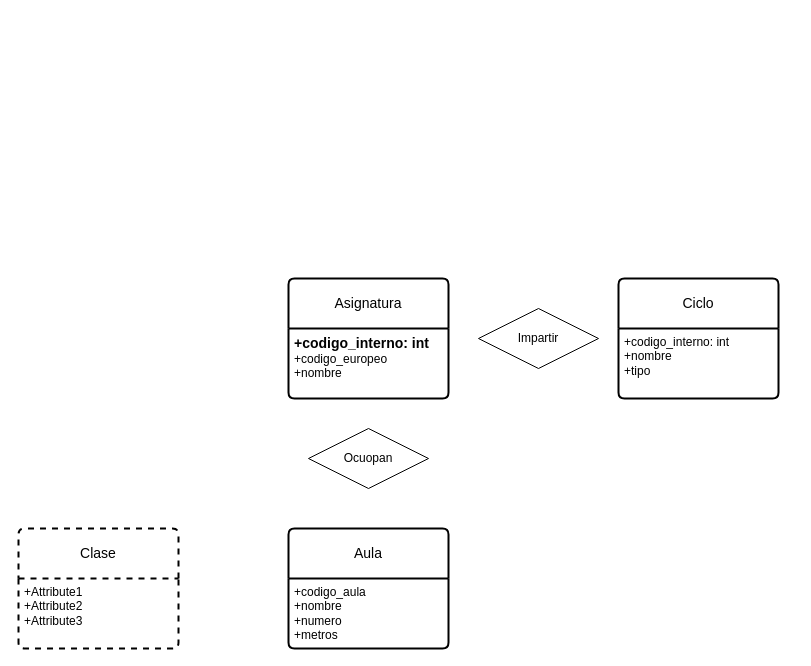
Before: ejercicio17.drawio in AsierGArranz/aga-sru-sa-t-UD12DiagramaER-11102023, a draw.io diagram. Source tidied: cells renumbered, new cells numbered last; positions are measured from the earlier drawing's top-left corner, leaving out a move shared by most shapes. Both pictures are drawn from the tidied source at 100%, with x=0, y=0 at pixel (18, 278).
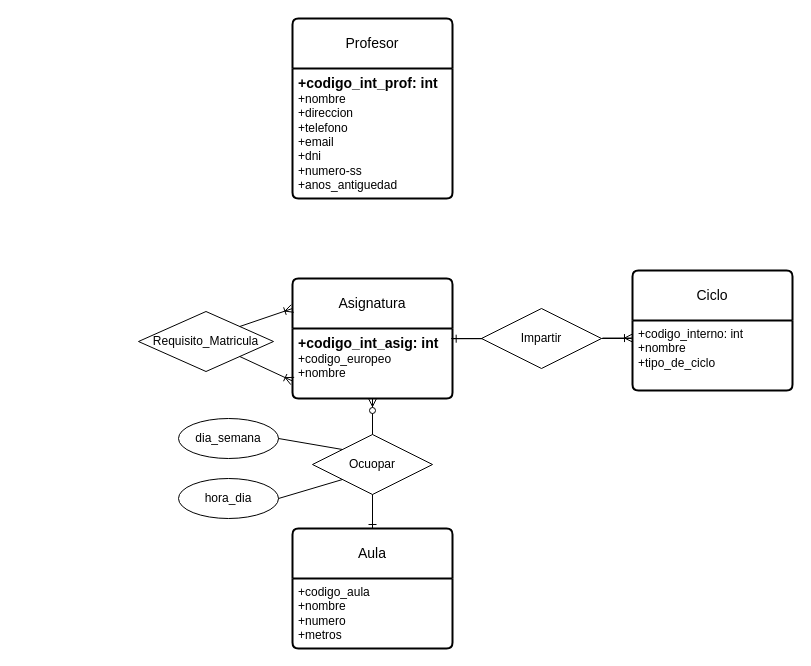
Above is the later version.

What changed in the source:
```diff
@@
     <mxCell id="2" value="Aula" style="swimlane;horizontal=1;startSize=50;rounded=1;fontSize=14;fontStyle=0;strokeWidth=2;shadow=0;dashed=0;align=center;arcSize=4;whiteSpace=wrap;html=1;" parent="1" vertex="1">
-      <mxGeometry x="270" y="250" width="160" height="120" as="geometry" />
+      <mxGeometry x="274" y="250" width="160" height="120" as="geometry" />
     </mxCell>
@@
     <mxCell id="4" value="Asignatura" style="swimlane;horizontal=1;startSize=50;rounded=1;fontSize=14;fontStyle=0;strokeWidth=2;shadow=0;dashed=0;align=center;arcSize=4;whiteSpace=wrap;html=1;" parent="1" vertex="1">
-      <mxGeometry x="270" width="160" height="120" as="geometry" />
+      <mxGeometry x="274" width="160" height="120" as="geometry" />
     </mxCell>
-    <mxCell id="5" value="&lt;font style=&quot;font-size: 14px;&quot;&gt;&lt;b&gt;+codigo_interno: int&lt;/b&gt;&lt;/font&gt;&lt;br&gt;+codigo_europeo&lt;br&gt;+nombre" style="align=left;strokeColor=none;fillColor=none;spacingLeft=4;fontSize=12;verticalAlign=top;html=1;" parent="4" vertex="1">
+    <mxCell id="5" value="&lt;font style=&quot;font-size: 14px;&quot;&gt;&lt;b&gt;+codigo_int_asig: int&lt;/b&gt;&lt;/font&gt;&lt;br&gt;+codigo_europeo&lt;br&gt;+nombre" style="align=left;strokeColor=none;fillColor=none;spacingLeft=4;fontSize=12;verticalAlign=top;html=1;" parent="4" vertex="1">
       <mxGeometry y="50" width="160" height="70" as="geometry" />
     </mxCell>
     <mxCell id="6" value="Impartir" style="shape=rhombus;perimeter=rhombusPerimeter;whiteSpace=wrap;html=1;align=center;" parent="1" vertex="1">
-      <mxGeometry x="460" y="30" width="120" height="60" as="geometry" />
+      <mxGeometry x="463" y="30" width="120" height="60" as="geometry" />
     </mxCell>
     <mxCell id="7" value="Ciclo" style="swimlane;horizontal=1;startSize=50;rounded=1;fontSize=14;fontStyle=0;strokeWidth=2;shadow=0;dashed=0;align=center;arcSize=4;whiteSpace=wrap;html=1;" parent="1" vertex="1">
-      <mxGeometry x="600" width="160" height="120" as="geometry" />
+      <mxGeometry x="614" y="-8" width="160" height="120" as="geometry" />
     </mxCell>
-    <mxCell id="8" value="+codigo_interno: int&lt;br&gt;+nombre&lt;br&gt;+tipo" style="align=left;strokeColor=none;fillColor=none;spacingLeft=4;fontSize=12;verticalAlign=top;html=1;" parent="7" vertex="1">
+    <mxCell id="8" value="+codigo_interno: int&lt;br&gt;+nombre&lt;br&gt;+tipo_de_ciclo" style="align=left;strokeColor=none;fillColor=none;spacingLeft=4;fontSize=12;verticalAlign=top;html=1;" parent="7" vertex="1">
       <mxGeometry y="50" width="160" height="70" as="geometry" />
     </mxCell>
-    <mxCell id="9" value="Ocuopan" style="shape=rhombus;perimeter=rhombusPerimeter;whiteSpace=wrap;html=1;align=center;" parent="1" vertex="1">
-      <mxGeometry x="290" y="150" width="120" height="60" as="geometry" />
+    <mxCell id="9" value="Ocuopar" style="shape=rhombus;perimeter=rhombusPerimeter;whiteSpace=wrap;html=1;align=center;" parent="1" vertex="1">
+      <mxGeometry x="294" y="156" width="120" height="60" as="geometry" />
     </mxCell>
-    <mxCell id="10" value="Clase" style="swimlane;horizontal=1;startSize=50;rounded=1;fontSize=14;fontStyle=0;strokeWidth=2;shadow=0;dashed=1;align=center;arcSize=4;whiteSpace=wrap;html=1;" parent="1" vertex="1">
-      <mxGeometry y="250" width="160" height="120" as="geometry" />
-    </mxCell>
-    <mxCell id="11" value="+Attribute1&#10;+Attribute2&#10;+Attribute3" style="align=left;strokeColor=none;fillColor=none;spacingLeft=4;fontSize=12;verticalAlign=top;html=1;" parent="10" vertex="1">
-      <mxGeometry y="50" width="160" height="70" as="geometry" />
-    </mxCell>
+    <mxCell id="12" style="edgeStyle=entityRelationEdgeStyle;fontSize=12;html=1;endArrow=ERoneToMany;rounded=0;exitX=1;exitY=0.5;exitDx=0;exitDy=0;entryX=0;entryY=0.25;entryDx=0;entryDy=0;" parent="1" edge="1" source="6" target="8">
+      <mxGeometry relative="1" as="geometry" />
+    </mxCell>
+    <mxCell id="13" style="edgeStyle=entityRelationEdgeStyle;fontSize=12;html=1;endArrow=ERone;endFill=1;rounded=0;entryX=0.998;entryY=0.146;entryDx=0;entryDy=0;entryPerimeter=0;exitX=0;exitY=0.5;exitDx=0;exitDy=0;" parent="1" edge="1" source="6" target="5">
+      <mxGeometry relative="1" as="geometry" />
+    </mxCell>
+    <mxCell id="14" style="fontSize=12;html=1;endArrow=ERone;endFill=1;rounded=0;exitX=0.5;exitY=1;exitDx=0;exitDy=0;entryX=0.5;entryY=0;entryDx=0;entryDy=0;" parent="1" edge="1" source="9" target="2">
+      <mxGeometry relative="1" as="geometry" />
+    </mxCell>
+    <mxCell id="15" style="fontSize=12;html=1;endArrow=ERzeroToMany;endFill=1;rounded=0;exitX=0.5;exitY=0;exitDx=0;exitDy=0;entryX=0.5;entryY=1;entryDx=0;entryDy=0;" parent="1" edge="1" source="9" target="5">
+      <mxGeometry relative="1" as="geometry" />
+    </mxCell>
+    <mxCell id="16" value="Requisito_Matricula" style="shape=rhombus;perimeter=rhombusPerimeter;whiteSpace=wrap;html=1;align=center;" parent="1" vertex="1">
+      <mxGeometry x="120" y="33" width="135" height="60" as="geometry" />
+    </mxCell>
+    <mxCell id="17" style="fontSize=12;html=1;endArrow=ERoneToMany;rounded=0;exitX=1;exitY=1;exitDx=0;exitDy=0;entryX=0;entryY=0.75;entryDx=0;entryDy=0;" parent="1" edge="1" source="16" target="5">
+      <mxGeometry relative="1" as="geometry" />
+    </mxCell>
+    <mxCell id="18" style="fontSize=12;html=1;endArrow=ERoneToMany;rounded=0;exitX=1;exitY=0;exitDx=0;exitDy=0;entryX=0;entryY=0.25;entryDx=0;entryDy=0;" parent="1" edge="1" source="16" target="4">
+      <mxGeometry relative="1" as="geometry" />
+    </mxCell>
+    <mxCell id="19" value="dia_semana" style="ellipse;whiteSpace=wrap;html=1;align=center;" parent="1" vertex="1">
+      <mxGeometry x="160" y="140" width="100" height="40" as="geometry" />
+    </mxCell>
+    <mxCell id="20" value="hora_dia" style="ellipse;whiteSpace=wrap;html=1;align=center;" parent="1" vertex="1">
+      <mxGeometry x="160" y="200" width="100" height="40" as="geometry" />
+    </mxCell>
+    <mxCell id="21" style="endArrow=none;html=1;rounded=0;exitX=1;exitY=0.5;exitDx=0;exitDy=0;entryX=0;entryY=0;entryDx=0;entryDy=0;" parent="1" edge="1" source="19" target="9">
+      <mxGeometry relative="1" as="geometry" />
+    </mxCell>
+    <mxCell id="22" style="endArrow=none;html=1;rounded=0;exitX=1;exitY=0.5;exitDx=0;exitDy=0;entryX=0;entryY=1;entryDx=0;entryDy=0;" parent="1" edge="1" source="20" target="9">
+      <mxGeometry relative="1" as="geometry" />
+    </mxCell>
+    <mxCell id="23" value="Profesor" style="swimlane;horizontal=1;startSize=50;rounded=1;fontSize=14;fontStyle=0;strokeWidth=2;shadow=0;dashed=0;align=center;arcSize=4;whiteSpace=wrap;html=1;" parent="1" vertex="1">
+      <mxGeometry x="274" y="-260" width="160" height="180" as="geometry" />
+    </mxCell>
+    <mxCell id="24" value="&lt;font style=&quot;font-size: 14px;&quot;&gt;&lt;b&gt;+codigo_int_prof: int&lt;/b&gt;&lt;/font&gt;&lt;br&gt;+nombre&lt;br&gt;+direccion&lt;br&gt;+telefono&lt;br&gt;+email&lt;br&gt;+dni&lt;br&gt;+numero-ss&lt;br&gt;+anos_antiguedad" style="align=left;strokeColor=none;fillColor=none;spacingLeft=4;fontSize=12;verticalAlign=top;html=1;" parent="23" vertex="1">
+      <mxGeometry y="50" width="160" height="130" as="geometry" />
+    </mxCell>
```
